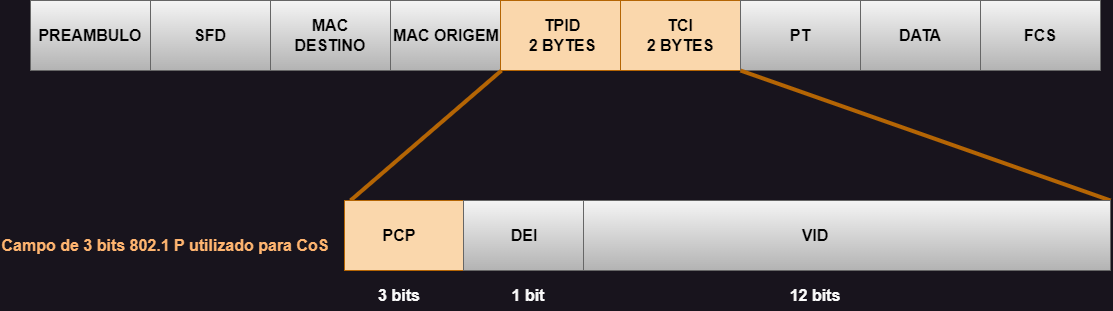
The draw.io diagram CCNP 350-401 ENCOR/01 - Architecture/01 - QoS/06 - Marcação em Layer 2/Imagens/quadro_ethernet.png in alcancil/Cisco, before a commit. Source tidied: cells renumbered, new cells last; positions are measured from the earlier drawing's top-left corner, leaving out a move shared by most shapes. The source it was exported from:
```xml
<mxGraphModel>
  <root>
    <mxCell id="0" />
    <mxCell id="1" parent="0" />
    <mxCell id="2" style="rounded=0;whiteSpace=wrap;html=1;" parent="1" vertex="1">
      <mxGeometry x="30" width="1070" height="70" as="geometry" />
    </mxCell>
    <mxCell id="3" style="rounded=0;whiteSpace=wrap;html=1;fillColor=#f5f5f5;strokeColor=#666666;gradientColor=#b3b3b3;fontColor=#000000;" parent="1" vertex="1">
      <mxGeometry x="30" width="120" height="70" as="geometry" />
    </mxCell>
    <mxCell id="4" style="rounded=0;whiteSpace=wrap;html=1;fillColor=#f5f5f5;gradientColor=#b3b3b3;strokeColor=#666666;" parent="1" vertex="1">
      <mxGeometry x="150" width="120" height="70" as="geometry" />
    </mxCell>
    <mxCell id="5" style="rounded=0;whiteSpace=wrap;html=1;fillColor=#f5f5f5;gradientColor=#b3b3b3;strokeColor=#666666;" parent="1" vertex="1">
      <mxGeometry x="270" width="120" height="70" as="geometry" />
    </mxCell>
    <mxCell id="6" style="rounded=0;whiteSpace=wrap;html=1;fillColor=#f5f5f5;gradientColor=#b3b3b3;strokeColor=#666666;" parent="1" vertex="1">
      <mxGeometry x="390" width="120" height="70" as="geometry" />
    </mxCell>
    <mxCell id="7" style="rounded=0;whiteSpace=wrap;html=1;fillColor=#fad7ac;strokeColor=#b46504;" parent="1" vertex="1">
      <mxGeometry x="500" width="120" height="70" as="geometry" />
    </mxCell>
    <mxCell id="8" style="rounded=0;whiteSpace=wrap;html=1;fillColor=#fad7ac;strokeColor=#b46504;" parent="1" vertex="1">
      <mxGeometry x="620" width="120" height="70" as="geometry" />
    </mxCell>
    <mxCell id="9" style="rounded=0;whiteSpace=wrap;html=1;fillColor=#f5f5f5;gradientColor=#b3b3b3;strokeColor=#666666;" parent="1" vertex="1">
      <mxGeometry x="740" width="120" height="70" as="geometry" />
    </mxCell>
    <mxCell id="10" style="rounded=0;whiteSpace=wrap;html=1;fillColor=#f5f5f5;gradientColor=#b3b3b3;strokeColor=#666666;" parent="1" vertex="1">
      <mxGeometry x="860" width="120" height="70" as="geometry" />
    </mxCell>
    <mxCell id="11" style="endArrow=none;html=1;rounded=0;strokeWidth=4;fillColor=#fad7ac;strokeColor=#b46504;" parent="1" edge="1">
      <mxGeometry relative="1" as="geometry">
        <mxPoint x="350" y="200" as="sourcePoint" />
        <mxPoint x="501" y="70" as="targetPoint" />
      </mxGeometry>
    </mxCell>
    <mxCell id="12" value="PREAMBULO" style="text;html=1;strokeColor=none;fillColor=none;align=center;verticalAlign=middle;whiteSpace=wrap;rounded=0;fontSize=16;fontStyle=1;fontColor=#000000;" parent="1" vertex="1">
      <mxGeometry x="35" y="20" width="110" height="30" as="geometry" />
    </mxCell>
    <mxCell id="13" value="SFD" style="text;html=1;strokeColor=none;fillColor=none;align=center;verticalAlign=middle;whiteSpace=wrap;rounded=0;fontSize=16;fontStyle=1;fontColor=#000000;" parent="1" vertex="1">
      <mxGeometry x="155" y="20" width="110" height="30" as="geometry" />
    </mxCell>
    <mxCell id="14" style="rounded=0;whiteSpace=wrap;html=1;fillColor=#f5f5f5;gradientColor=#b3b3b3;strokeColor=#666666;" parent="1" vertex="1">
      <mxGeometry x="980" width="120" height="70" as="geometry" />
    </mxCell>
    <mxCell id="15" value="MAC DESTINO" style="text;html=1;strokeColor=none;fillColor=none;align=center;verticalAlign=middle;whiteSpace=wrap;rounded=0;fontSize=16;fontStyle=1;fontColor=#000000;" parent="1" vertex="1">
      <mxGeometry x="275" y="20" width="110" height="30" as="geometry" />
    </mxCell>
    <mxCell id="16" value="MAC ORIGEM" style="text;html=1;strokeColor=none;fillColor=none;align=center;verticalAlign=middle;whiteSpace=wrap;rounded=0;fontSize=16;fontStyle=1;fontColor=#000000;" parent="1" vertex="1">
      <mxGeometry x="391" y="20" width="110" height="30" as="geometry" />
    </mxCell>
    <mxCell id="17" value="TPID&lt;br&gt;2 BYTES" style="text;html=1;strokeColor=none;fillColor=none;align=center;verticalAlign=middle;whiteSpace=wrap;rounded=0;fontSize=16;fontStyle=1;fontColor=#000000;" parent="1" vertex="1">
      <mxGeometry x="507" y="20" width="110" height="30" as="geometry" />
    </mxCell>
    <mxCell id="18" value="TCI&lt;br&gt;2 BYTES" style="text;html=1;strokeColor=none;fillColor=none;align=center;verticalAlign=middle;whiteSpace=wrap;rounded=0;fontSize=16;fontStyle=1;fontColor=#000000;" parent="1" vertex="1">
      <mxGeometry x="625" y="20" width="110" height="30" as="geometry" />
    </mxCell>
    <mxCell id="19" value="PT" style="text;html=1;strokeColor=none;fillColor=none;align=center;verticalAlign=middle;whiteSpace=wrap;rounded=0;fontSize=16;fontStyle=1;fontColor=#000000;" parent="1" vertex="1">
      <mxGeometry x="745" y="20" width="110" height="30" as="geometry" />
    </mxCell>
    <mxCell id="20" value="DATA" style="text;html=1;strokeColor=none;fillColor=none;align=center;verticalAlign=middle;whiteSpace=wrap;rounded=0;fontSize=16;fontStyle=1;fontColor=#000000;" parent="1" vertex="1">
      <mxGeometry x="865" y="20" width="110" height="30" as="geometry" />
    </mxCell>
    <mxCell id="21" value="FCS" style="text;html=1;strokeColor=none;fillColor=none;align=center;verticalAlign=middle;whiteSpace=wrap;rounded=0;fontSize=16;fontStyle=1;fontColor=#000000;" parent="1" vertex="1">
      <mxGeometry x="985" y="20" width="110" height="30" as="geometry" />
    </mxCell>
    <mxCell id="22" style="endArrow=none;html=1;rounded=0;strokeWidth=4;fillColor=#fad7ac;strokeColor=#b46504;" parent="1" edge="1">
      <mxGeometry relative="1" as="geometry">
        <mxPoint x="1110" y="200" as="sourcePoint" />
        <mxPoint x="740" y="70" as="targetPoint" />
      </mxGeometry>
    </mxCell>
    <mxCell id="23" style="rounded=0;whiteSpace=wrap;html=1;" parent="1" vertex="1">
      <mxGeometry x="344" y="200" width="766" height="70" as="geometry" />
    </mxCell>
    <mxCell id="24" style="rounded=0;whiteSpace=wrap;html=1;fillColor=#fad7ac;strokeColor=#b46504;" parent="1" vertex="1">
      <mxGeometry x="344" y="200" width="120" height="70" as="geometry" />
    </mxCell>
    <mxCell id="25" style="rounded=0;whiteSpace=wrap;html=1;fillColor=#f5f5f5;strokeColor=#666666;gradientColor=#b3b3b3;fontColor=#000000;" parent="1" vertex="1">
      <mxGeometry x="463" y="200" width="120" height="70" as="geometry" />
    </mxCell>
    <mxCell id="26" style="rounded=0;whiteSpace=wrap;html=1;fillColor=#f5f5f5;strokeColor=#666666;gradientColor=#b3b3b3;fontColor=#000000;" parent="1" vertex="1">
      <mxGeometry x="583" y="200" width="527" height="70" as="geometry" />
    </mxCell>
    <mxCell id="27" value="PCP" style="text;html=1;strokeColor=none;fillColor=none;align=center;verticalAlign=middle;whiteSpace=wrap;rounded=0;fontSize=16;fontStyle=1;fontColor=#000000;" parent="1" vertex="1">
      <mxGeometry x="344" y="220" width="110" height="30" as="geometry" />
    </mxCell>
    <mxCell id="28" value="DEI" style="text;html=1;strokeColor=none;fillColor=none;align=center;verticalAlign=middle;whiteSpace=wrap;rounded=0;fontSize=16;fontStyle=1;fontColor=#000000;" parent="1" vertex="1">
      <mxGeometry x="469" y="220" width="110" height="30" as="geometry" />
    </mxCell>
    <mxCell id="29" value="VID" style="text;html=1;strokeColor=none;fillColor=none;align=center;verticalAlign=middle;whiteSpace=wrap;rounded=0;fontSize=16;fontStyle=1;fontColor=#000000;" parent="1" vertex="1">
      <mxGeometry x="760" y="220" width="110" height="30" as="geometry" />
    </mxCell>
    <mxCell id="30" value="3 bits" style="text;html=1;strokeColor=none;fillColor=none;align=center;verticalAlign=middle;whiteSpace=wrap;rounded=0;fontSize=16;fontStyle=1;fontColor=#fafafa;" parent="1" vertex="1">
      <mxGeometry x="344" y="280" width="110" height="30" as="geometry" />
    </mxCell>
    <mxCell id="31" value="1 bit" style="text;html=1;strokeColor=none;fillColor=none;align=center;verticalAlign=middle;whiteSpace=wrap;rounded=0;fontSize=16;fontStyle=1;fontColor=#fafafa;" parent="1" vertex="1">
      <mxGeometry x="473" y="280" width="110" height="30" as="geometry" />
    </mxCell>
    <mxCell id="32" value="12 bits" style="text;html=1;strokeColor=none;fillColor=none;align=center;verticalAlign=middle;whiteSpace=wrap;rounded=0;fontSize=16;fontStyle=1;fontColor=#fafafa;" parent="1" vertex="1">
      <mxGeometry x="760" y="280" width="110" height="30" as="geometry" />
    </mxCell>
    <mxCell id="33" value="Campo de 3 bits 802.1 P utilizado para CoS" style="text;html=1;align=center;verticalAlign=middle;whiteSpace=wrap;rounded=0;fontSize=16;fontStyle=1;fontColor=#FFB570;" parent="1" vertex="1">
      <mxGeometry y="230" width="330" height="30" as="geometry" />
    </mxCell>
  </root>
</mxGraphModel>
```
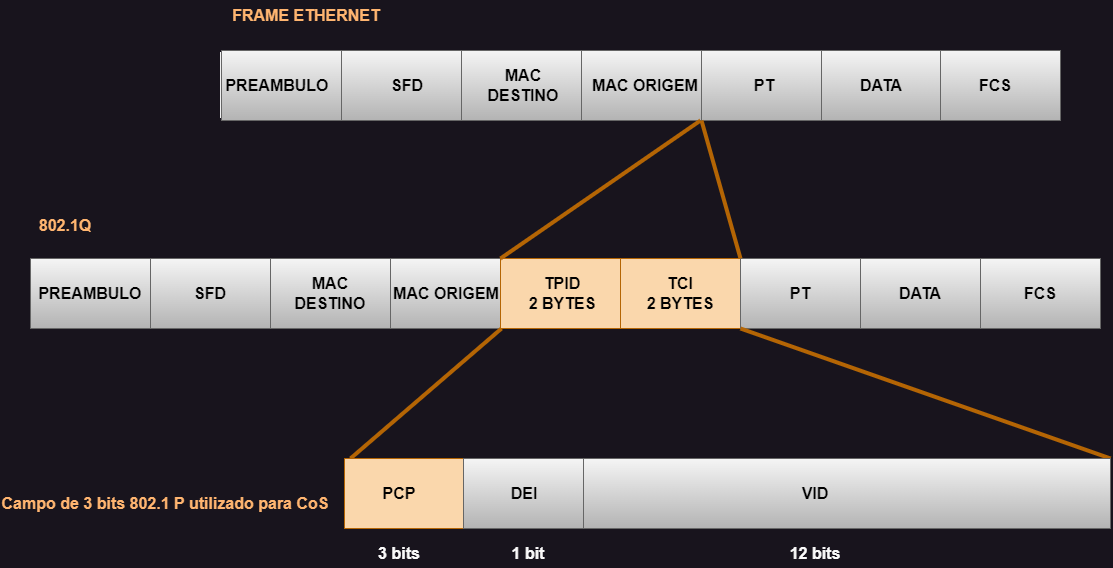
Later version of the same file.

The edit, as a diff of the source:
```diff
@@ -104,5 +104,64 @@
     <mxCell id="33" value="Campo de 3 bits 802.1 P utilizado para CoS" style="text;html=1;align=center;verticalAlign=middle;whiteSpace=wrap;rounded=0;fontSize=16;fontStyle=1;fontColor=#FFB570;" parent="1" vertex="1">
       <mxGeometry y="230" width="330" height="30" as="geometry" />
     </mxCell>
+    <mxCell id="34" style="rounded=0;whiteSpace=wrap;html=1;" parent="1" vertex="1">
+      <mxGeometry x="220" y="-206" width="837" height="65" as="geometry" />
+    </mxCell>
+    <mxCell id="35" style="rounded=0;whiteSpace=wrap;html=1;fillColor=#f5f5f5;strokeColor=#666666;gradientColor=#b3b3b3;fontColor=#000000;" parent="1" vertex="1">
+      <mxGeometry x="221" y="-208" width="120" height="70" as="geometry" />
+    </mxCell>
+    <mxCell id="36" value="PREAMBULO" style="text;html=1;strokeColor=none;fillColor=none;align=center;verticalAlign=middle;whiteSpace=wrap;rounded=0;fontSize=16;fontStyle=1;fontColor=#000000;" parent="1" vertex="1">
+      <mxGeometry x="222" y="-188" width="110" height="30" as="geometry" />
+    </mxCell>
+    <mxCell id="37" style="rounded=0;whiteSpace=wrap;html=1;fillColor=#f5f5f5;gradientColor=#b3b3b3;strokeColor=#666666;" parent="1" vertex="1">
+      <mxGeometry x="341" y="-208" width="120" height="70" as="geometry" />
+    </mxCell>
+    <mxCell id="38" style="rounded=0;whiteSpace=wrap;html=1;fillColor=#f5f5f5;gradientColor=#b3b3b3;strokeColor=#666666;" parent="1" vertex="1">
+      <mxGeometry x="461" y="-208" width="120" height="70" as="geometry" />
+    </mxCell>
+    <mxCell id="39" style="rounded=0;whiteSpace=wrap;html=1;fillColor=#f5f5f5;gradientColor=#b3b3b3;strokeColor=#666666;" parent="1" vertex="1">
+      <mxGeometry x="581" y="-208" width="120" height="70" as="geometry" />
+    </mxCell>
+    <mxCell id="40" style="rounded=0;whiteSpace=wrap;html=1;fillColor=#f5f5f5;gradientColor=#b3b3b3;strokeColor=#666666;" parent="1" vertex="1">
+      <mxGeometry x="701" y="-208" width="120" height="70" as="geometry" />
+    </mxCell>
+    <mxCell id="41" value="SFD" style="text;html=1;strokeColor=none;fillColor=none;align=center;verticalAlign=middle;whiteSpace=wrap;rounded=0;fontSize=16;fontStyle=1;fontColor=#000000;" parent="1" vertex="1">
+      <mxGeometry x="352" y="-188.5" width="110" height="30" as="geometry" />
+    </mxCell>
+    <mxCell id="42" value="MAC DESTINO" style="text;html=1;strokeColor=none;fillColor=none;align=center;verticalAlign=middle;whiteSpace=wrap;rounded=0;fontSize=16;fontStyle=1;fontColor=#000000;" parent="1" vertex="1">
+      <mxGeometry x="468" y="-188.5" width="110" height="30" as="geometry" />
+    </mxCell>
+    <mxCell id="43" value="MAC ORIGEM" style="text;html=1;strokeColor=none;fillColor=none;align=center;verticalAlign=middle;whiteSpace=wrap;rounded=0;fontSize=16;fontStyle=1;fontColor=#000000;" parent="1" vertex="1">
+      <mxGeometry x="590" y="-188" width="110" height="30" as="geometry" />
+    </mxCell>
+    <mxCell id="44" value="PT" style="text;html=1;strokeColor=none;fillColor=none;align=center;verticalAlign=middle;whiteSpace=wrap;rounded=0;fontSize=16;fontStyle=1;fontColor=#000000;" parent="1" vertex="1">
+      <mxGeometry x="709" y="-188" width="110" height="30" as="geometry" />
+    </mxCell>
+    <mxCell id="45" style="rounded=0;whiteSpace=wrap;html=1;fillColor=#f5f5f5;gradientColor=#b3b3b3;strokeColor=#666666;" parent="1" vertex="1">
+      <mxGeometry x="821" y="-208" width="120" height="70" as="geometry" />
+    </mxCell>
+    <mxCell id="46" value="DATA" style="text;html=1;strokeColor=none;fillColor=none;align=center;verticalAlign=middle;whiteSpace=wrap;rounded=0;fontSize=16;fontStyle=1;fontColor=#000000;" parent="1" vertex="1">
+      <mxGeometry x="826" y="-188" width="110" height="30" as="geometry" />
+    </mxCell>
+    <mxCell id="47" style="rounded=0;whiteSpace=wrap;html=1;fillColor=#f5f5f5;gradientColor=#b3b3b3;strokeColor=#666666;" parent="1" vertex="1">
+      <mxGeometry x="940" y="-208" width="120" height="70" as="geometry" />
+    </mxCell>
+    <mxCell id="48" value="FCS" style="text;html=1;strokeColor=none;fillColor=none;align=center;verticalAlign=middle;whiteSpace=wrap;rounded=0;fontSize=16;fontStyle=1;fontColor=#000000;" parent="1" vertex="1">
+      <mxGeometry x="940" y="-188.5" width="110" height="30" as="geometry" />
+    </mxCell>
+    <mxCell id="49" style="endArrow=none;html=1;rounded=0;strokeWidth=4;fillColor=#fad7ac;strokeColor=#b46504;exitX=0;exitY=0;exitDx=0;exitDy=0;" parent="1" edge="1" source="7">
+      <mxGeometry relative="1" as="geometry">
+        <mxPoint x="700" y="-138" as="targetPoint" />
+      </mxGeometry>
+    </mxCell>
+    <mxCell id="50" style="endArrow=none;html=1;rounded=0;strokeWidth=4;fillColor=#fad7ac;strokeColor=#b46504;exitX=1;exitY=0;exitDx=0;exitDy=0;entryX=0;entryY=1;entryDx=0;entryDy=0;" parent="1" edge="1" source="8" target="40">
+      <mxGeometry relative="1" as="geometry" />
+    </mxCell>
+    <mxCell id="51" value="FRAME ETHERNET" style="text;html=1;align=center;verticalAlign=middle;whiteSpace=wrap;rounded=0;fontSize=16;fontStyle=1;fontColor=#FFB570;" parent="1" vertex="1">
+      <mxGeometry x="222" y="-258" width="168" height="30" as="geometry" />
+    </mxCell>
+    <mxCell id="52" value="802.1Q" style="text;html=1;align=center;verticalAlign=middle;whiteSpace=wrap;rounded=0;fontSize=16;fontStyle=1;fontColor=#FFB570;" parent="1" vertex="1">
+      <mxGeometry x="30" y="-48" width="70" height="30" as="geometry" />
+    </mxCell>
   </root>
 </mxGraphModel>
```
